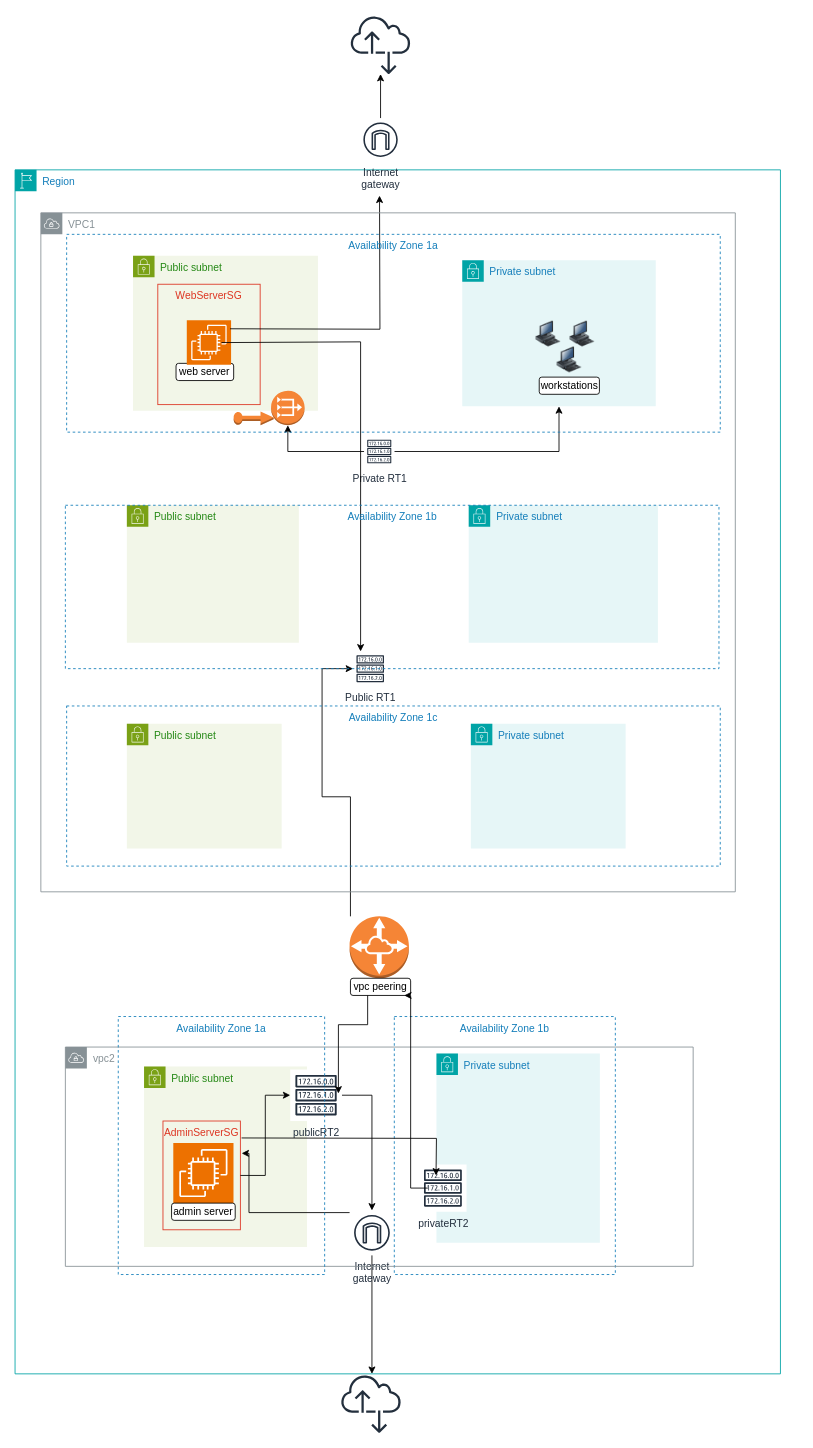
This is 10_Final_Project/diagram_v1.0/FinalProject-v1.0.drawio from techgrounds/techgrounds-FvL69-1, a draw.io file, before an edit. Source tidied: cells renumbered, new cells numbered last; positions are measured from the earlier drawing's top-left corner, leaving out a move shared by most shapes. Both pictures are drawn from the tidied source at 86%, with x=0, y=0 at pixel (15, 15).
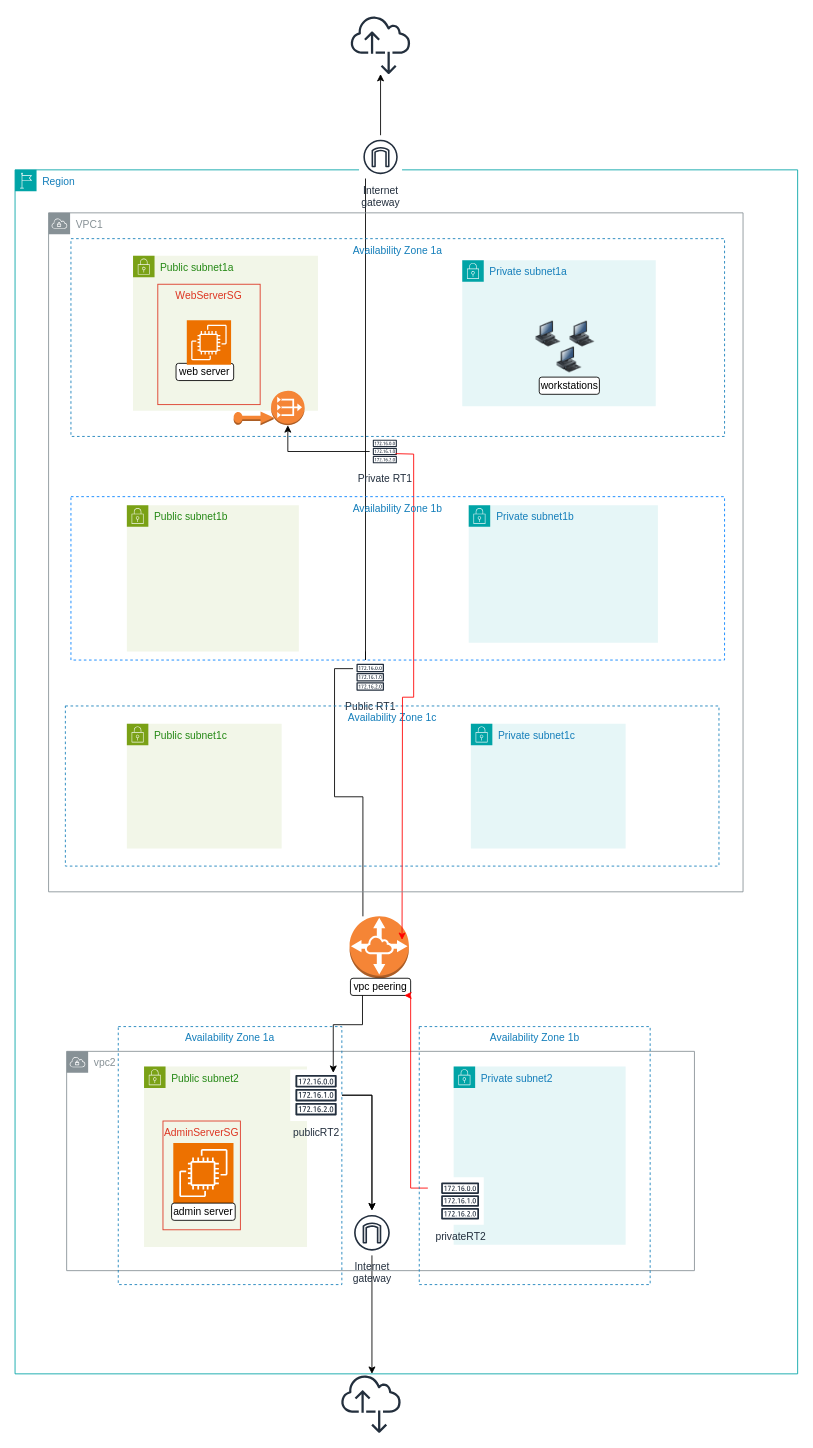
The same page after the edit.

Unchanged cells that the change refers to:
```xml
<mxCell id="6" value="vpc peering" style="rounded=1;whiteSpace=wrap;html=1;" parent="3" vertex="1">
  <mxGeometry x="390" y="940" width="70" height="20" as="geometry" />
</mxCell>
<mxCell id="24" value="AdminServerSG" style="fillColor=none;strokeColor=#DD3522;verticalAlign=top;fontStyle=0;fontColor=#DD3522;whiteSpace=wrap;html=1;" parent="23" vertex="1">
  <mxGeometry x="22" y="63.5" width="90" height="126.5" as="geometry" />
</mxCell>
<mxCell id="29" value="Internet&#10;gateway" style="sketch=0;outlineConnect=0;fontColor=#232F3E;gradientColor=none;strokeColor=#232F3E;fillColor=#ffffff;dashed=0;verticalLabelPosition=bottom;verticalAlign=top;align=center;html=1;fontSize=12;fontStyle=0;shape=mxgraph.aws4.resourceIcon;resIcon=mxgraph.aws4.internet_gateway;" parent="3" vertex="1">
  <mxGeometry x="389" y="1210" width="52" height="52" as="geometry" />
</mxCell>
<mxCell id="34" value="publicRT2" style="sketch=0;outlineConnect=0;fontColor=#232F3E;gradientColor=none;strokeColor=#232F3E;fillColor=#ffffff;dashed=0;verticalLabelPosition=bottom;verticalAlign=top;align=center;html=1;fontSize=12;fontStyle=0;shape=mxgraph.aws4.resourceIcon;resIcon=mxgraph.aws4.route_table;" parent="3" vertex="1">
  <mxGeometry x="320" y="1046" width="60" height="60" as="geometry" />
</mxCell>
```

Diff of the diagram source:
```diff
@@
     <mxCell id="3" value="Region" style="points=[[0,0],[0.25,0],[0.5,0],[0.75,0],[1,0],[1,0.25],[1,0.5],[1,0.75],[1,1],[0.75,1],[0.5,1],[0.25,1],[0,1],[0,0.75],[0,0.5],[0,0.25]];outlineConnect=0;gradientColor=none;html=1;whiteSpace=wrap;fontSize=12;fontStyle=0;shape=mxgraph.aws4.group;grIcon=mxgraph.aws4.group_region;strokeColor=#00A4A6;fillColor=none;verticalAlign=top;align=left;spacingLeft=30;fontColor=#147EBA;" parent="1" vertex="1">
-      <mxGeometry y="180" width="890" height="1400" as="geometry" />
+      <mxGeometry y="180" width="910" height="1400" as="geometry" />
     </mxCell>
-    <mxCell id="4" style="edgeStyle=orthogonalEdgeStyle;rounded=0;jettySize=auto;html=1;" parent="3" edge="1" target="7">
+    <mxCell id="4" style="edgeStyle=orthogonalEdgeStyle;rounded=0;orthogonalLoop=1;jettySize=auto;html=1;" parent="3" edge="1">
       <mxGeometry relative="1" as="geometry">
-        <mxPoint x="390" y="868" as="sourcePoint" />
+        <mxPoint x="404.5" y="868" as="sourcePoint" />
+        <mxPoint x="407.5" y="580" as="targetPoint" />
         <Array as="points">
-          <mxPoint x="390" y="729" />
-          <mxPoint x="357" y="729" />
-          <mxPoint x="357" y="580" />
+          <mxPoint x="404.5" y="729" />
+          <mxPoint x="371.5" y="729" />
+          <mxPoint x="371.5" y="580" />
         </Array>
       </mxGeometry>
     </mxCell>
@@
+    <mxCell id="54" style="edgeStyle=orthogonalEdgeStyle;rounded=0;orthogonalLoop=1;jettySize=auto;html=1;" parent="3" edge="1">
+      <mxGeometry relative="1" as="geometry">
+        <mxPoint x="407.5" y="560" as="sourcePoint" />
+        <mxPoint x="407.5" as="targetPoint" />
+        <Array as="points">
+          <mxPoint x="424.5" y="580" />
+          <mxPoint x="424.5" y="580" />
+        </Array>
+      </mxGeometry>
+    </mxCell>
     <mxCell id="7" value="Public RT1" style="sketch=0;outlineConnect=0;fontColor=#232F3E;gradientColor=none;strokeColor=#232F3E;fillColor=#ffffff;dashed=0;verticalLabelPosition=bottom;verticalAlign=top;align=center;html=1;fontSize=12;fontStyle=0;shape=mxgraph.aws4.resourceIcon;resIcon=mxgraph.aws4.route_table;" parent="3" vertex="1">
-      <mxGeometry x="393" y="560" width="40" height="40" as="geometry" />
+      <mxGeometry x="393" y="570" width="40" height="40" as="geometry" />
     </mxCell>
-    <mxCell id="8" value="Public subnet" style="gradientColor=none;html=1;whiteSpace=wrap;fontSize=12;fontStyle=0;shape=mxgraph.aws4.group;grIcon=mxgraph.aws4.group_security_group;grStroke=0;strokeColor=#7AA116;fillColor=#F2F6E8;verticalAlign=top;align=left;spacingLeft=30;fontColor=#248814;dashed=0;" parent="3" vertex="1">
+    <mxCell id="8" value="Public subnet1a" style="gradientColor=none;html=1;whiteSpace=wrap;fontSize=12;fontStyle=0;shape=mxgraph.aws4.group;grIcon=mxgraph.aws4.group_security_group;grStroke=0;strokeColor=#7AA116;fillColor=#F2F6E8;verticalAlign=top;align=left;spacingLeft=30;fontColor=#248814;dashed=0;" parent="3" vertex="1">
       <mxGeometry x="137.2" y="100" width="215" height="180" as="geometry" />
     </mxCell>
@@
-    <mxCell id="14" value="Private subnet" style="points=[[0,0],[0.25,0],[0.5,0],[0.75,0],[1,0],[1,0.25],[1,0.5],[1,0.75],[1,1],[0.75,1],[0.5,1],[0.25,1],[0,1],[0,0.75],[0,0.5],[0,0.25]];outlineConnect=0;gradientColor=none;html=1;whiteSpace=wrap;fontSize=12;fontStyle=0;shape=mxgraph.aws4.group;grIcon=mxgraph.aws4.group_security_group;grStroke=0;strokeColor=#00A4A6;fillColor=#E6F6F7;verticalAlign=top;align=left;spacingLeft=30;fontColor=#147EBA;dashed=0;" parent="3" vertex="1">
+    <mxCell id="14" value="Private subnet1a" style="points=[[0,0],[0.25,0],[0.5,0],[0.75,0],[1,0],[1,0.25],[1,0.5],[1,0.75],[1,1],[0.75,1],[0.5,1],[0.25,1],[0,1],[0,0.75],[0,0.5],[0,0.25]];outlineConnect=0;gradientColor=none;html=1;whiteSpace=wrap;fontSize=12;fontStyle=0;shape=mxgraph.aws4.group;grIcon=mxgraph.aws4.group_security_group;grStroke=0;strokeColor=#00A4A6;fillColor=#E6F6F7;verticalAlign=top;align=left;spacingLeft=30;fontColor=#147EBA;dashed=0;" parent="3" vertex="1">
       <mxGeometry x="520" y="105" width="225" height="170" as="geometry" />
     </mxCell>
@@
-    <mxCell id="20" style="edgeStyle=orthogonalEdgeStyle;rounded=0;jettySize=auto;html=1;" parent="3" edge="1" source="22" target="14">
-      <mxGeometry relative="1" as="geometry" />
-    </mxCell>
@@
     <mxCell id="22" value="Private RT1" style="sketch=0;outlineConnect=0;fontColor=#232F3E;gradientColor=none;strokeColor=#232F3E;fillColor=#ffffff;dashed=0;verticalLabelPosition=bottom;verticalAlign=top;align=center;html=1;fontSize=12;fontStyle=0;shape=mxgraph.aws4.resourceIcon;resIcon=mxgraph.aws4.route_table;" parent="3" vertex="1">
-      <mxGeometry x="406" y="310" width="35" height="35" as="geometry" />
+      <mxGeometry x="412.5" y="310" width="35" height="35" as="geometry" />
     </mxCell>
-    <mxCell id="23" value="Public subnet" style="gradientColor=none;html=1;whiteSpace=wrap;fontSize=12;fontStyle=0;shape=mxgraph.aws4.group;grIcon=mxgraph.aws4.group_security_group;grStroke=0;strokeColor=#7AA116;fillColor=#F2F6E8;verticalAlign=top;align=left;spacingLeft=30;fontColor=#248814;dashed=0;" parent="3" vertex="1">
+    <mxCell id="23" value="Public subnet2" style="gradientColor=none;html=1;whiteSpace=wrap;fontSize=12;fontStyle=0;shape=mxgraph.aws4.group;grIcon=mxgraph.aws4.group_security_group;grStroke=0;strokeColor=#7AA116;fillColor=#F2F6E8;verticalAlign=top;align=left;spacingLeft=30;fontColor=#248814;dashed=0;" parent="3" vertex="1">
       <mxGeometry x="150" y="1042.5" width="189.5" height="210" as="geometry" />
     </mxCell>
@@
-    <mxCell id="27" style="edgeStyle=orthogonalEdgeStyle;rounded=0;orthogonalLoop=1;jettySize=auto;html=1;entryX=1.017;entryY=0.119;entryDx=0;entryDy=0;entryPerimeter=0;" parent="23" edge="1">
-      <mxGeometry relative="1" as="geometry">
-        <mxPoint x="241" y="190" as="sourcePoint" />
-        <mxPoint x="113.5" y="101.1" as="targetPoint" />
-        <Array as="points">
-          <mxPoint x="241" y="170" />
-          <mxPoint x="122" y="170" />
-          <mxPoint x="122" y="101" />
-        </Array>
-      </mxGeometry>
-    </mxCell>
@@
-    <mxCell id="30" value="Private subnet" style="gradientColor=none;html=1;whiteSpace=wrap;fontSize=12;fontStyle=0;shape=mxgraph.aws4.group;grIcon=mxgraph.aws4.group_security_group;grStroke=0;strokeColor=#00A4A6;fillColor=#E6F6F7;verticalAlign=top;align=left;spacingLeft=30;fontColor=#147EBA;dashed=0;" parent="3" vertex="1">
-      <mxGeometry x="490" y="1027.5" width="190" height="220" as="geometry" />
+    <mxCell id="30" value="Private subnet2" style="gradientColor=none;html=1;whiteSpace=wrap;fontSize=12;fontStyle=0;shape=mxgraph.aws4.group;grIcon=mxgraph.aws4.group_security_group;grStroke=0;strokeColor=#00A4A6;fillColor=#E6F6F7;verticalAlign=top;align=left;spacingLeft=30;fontColor=#147EBA;dashed=0;" parent="3" vertex="1">
+      <mxGeometry x="510" y="1042.5" width="200" height="207.5" as="geometry" />
     </mxCell>
@@
-    <mxCell id="32" value="Availability Zone 1b" style="fillColor=none;strokeColor=#147EBA;dashed=1;verticalAlign=top;fontStyle=0;fontColor=#147EBA;whiteSpace=wrap;html=1;" parent="3" vertex="1">
-      <mxGeometry x="441" y="984.5" width="257" height="300" as="geometry" />
-    </mxCell>
@@
+    <mxCell id="55" style="edgeStyle=orthogonalEdgeStyle;rounded=0;jettySize=auto;html=1;" parent="3" edge="1" source="34" target="29">
+      <mxGeometry relative="1" as="geometry" />
+    </mxCell>
@@
-    <mxCell id="35" style="edgeStyle=orthogonalEdgeStyle;rounded=0;jettySize=auto;html=1;" parent="3" edge="1" source="24" target="34">
-      <mxGeometry relative="1" as="geometry" />
-    </mxCell>
     <mxCell id="36" value="vpc2" style="sketch=0;gradientColor=none;html=1;whiteSpace=wrap;fontSize=12;fontStyle=0;shape=mxgraph.aws4.group;grIcon=mxgraph.aws4.group_vpc;strokeColor=#879196;fillColor=none;verticalAlign=top;align=left;spacingLeft=30;fontColor=#879196;dashed=0;" parent="3" vertex="1">
-      <mxGeometry x="58.5" y="1020" width="730" height="255" as="geometry" />
+      <mxGeometry x="60" y="1025" width="730" height="255" as="geometry" />
     </mxCell>
-    <mxCell id="37" value="Availability Zone 1a" style="fillColor=none;strokeColor=#147EBA;dashed=1;verticalAlign=top;fontStyle=0;fontColor=#147EBA;whiteSpace=wrap;html=1;" parent="3" vertex="1">
-      <mxGeometry x="120" y="984.5" width="240" height="300" as="geometry" />
-    </mxCell>
-    <mxCell id="38" style="edgeStyle=orthogonalEdgeStyle;rounded=0;jettySize=auto;html=1;entryX=0.933;entryY=0.467;entryDx=0;entryDy=0;entryPerimeter=0;" parent="3" edge="1" source="6" target="34">
+    <mxCell id="38" style="edgeStyle=orthogonalEdgeStyle;rounded=0;orthogonalLoop=1;jettySize=auto;html=1;" parent="3" edge="1">
       <mxGeometry relative="1" as="geometry">
+        <mxPoint x="404" y="960" as="sourcePoint" />
+        <mxPoint x="370" y="1050" as="targetPoint" />
         <Array as="points">
-          <mxPoint x="410" y="994" />
-          <mxPoint x="376" y="994" />
+          <mxPoint x="404" y="994" />
+          <mxPoint x="370" y="994" />
         </Array>
       </mxGeometry>
     </mxCell>
-    <mxCell id="39" value="Public subnet" style="gradientColor=none;html=1;whiteSpace=wrap;fontSize=12;fontStyle=0;shape=mxgraph.aws4.group;grIcon=mxgraph.aws4.group_security_group;grStroke=0;strokeColor=#7AA116;fillColor=#F2F6E8;verticalAlign=top;align=left;spacingLeft=30;fontColor=#248814;dashed=0;" parent="3" vertex="1">
+    <mxCell id="39" value="Public subnet1c" style="gradientColor=none;html=1;whiteSpace=wrap;fontSize=12;fontStyle=0;shape=mxgraph.aws4.group;grIcon=mxgraph.aws4.group_security_group;grStroke=0;strokeColor=#7AA116;fillColor=#F2F6E8;verticalAlign=top;align=left;spacingLeft=30;fontColor=#248814;dashed=0;" parent="3" vertex="1">
       <mxGeometry x="130" y="644" width="180" height="145" as="geometry" />
     </mxCell>
-    <mxCell id="40" value="Private subnet" style="gradientColor=none;html=1;whiteSpace=wrap;fontSize=12;fontStyle=0;shape=mxgraph.aws4.group;grIcon=mxgraph.aws4.group_security_group;grStroke=0;strokeColor=#00A4A6;fillColor=#E6F6F7;verticalAlign=top;align=left;spacingLeft=30;fontColor=#147EBA;dashed=0;" parent="3" vertex="1">
+    <mxCell id="40" value="Private subnet1c" style="gradientColor=none;html=1;whiteSpace=wrap;fontSize=12;fontStyle=0;shape=mxgraph.aws4.group;grIcon=mxgraph.aws4.group_security_group;grStroke=0;strokeColor=#00A4A6;fillColor=#E6F6F7;verticalAlign=top;align=left;spacingLeft=30;fontColor=#147EBA;dashed=0;" parent="3" vertex="1">
       <mxGeometry x="530" y="644" width="180" height="145" as="geometry" />
     </mxCell>
-    <mxCell id="41" value="Public subnet" style="gradientColor=none;html=1;whiteSpace=wrap;fontSize=12;fontStyle=0;shape=mxgraph.aws4.group;grIcon=mxgraph.aws4.group_security_group;grStroke=0;strokeColor=#7AA116;fillColor=#F2F6E8;verticalAlign=top;align=left;spacingLeft=30;fontColor=#248814;dashed=0;" parent="3" vertex="1">
-      <mxGeometry x="130" y="390" width="200" height="160" as="geometry" />
+    <mxCell id="41" value="Public subnet1b" style="gradientColor=none;html=1;whiteSpace=wrap;fontSize=12;fontStyle=0;shape=mxgraph.aws4.group;grIcon=mxgraph.aws4.group_security_group;grStroke=0;strokeColor=#7AA116;fillColor=#F2F6E8;verticalAlign=top;align=left;spacingLeft=30;fontColor=#248814;dashed=0;" parent="3" vertex="1">
+      <mxGeometry x="130" y="390" width="200" height="170" as="geometry" />
     </mxCell>
-    <mxCell id="42" value="Private subnet" style="gradientColor=none;html=1;whiteSpace=wrap;fontSize=12;fontStyle=0;shape=mxgraph.aws4.group;grIcon=mxgraph.aws4.group_security_group;grStroke=0;strokeColor=#00A4A6;fillColor=#E6F6F7;verticalAlign=top;align=left;spacingLeft=30;fontColor=#147EBA;dashed=0;" parent="3" vertex="1">
+    <mxCell id="42" value="Private subnet1b" style="gradientColor=none;html=1;whiteSpace=wrap;fontSize=12;fontStyle=0;shape=mxgraph.aws4.group;grIcon=mxgraph.aws4.group_security_group;grStroke=0;strokeColor=#00A4A6;fillColor=#E6F6F7;verticalAlign=top;align=left;spacingLeft=30;fontColor=#147EBA;dashed=0;" parent="3" vertex="1">
       <mxGeometry x="527.5" y="390" width="220" height="160" as="geometry" />
     </mxCell>
+    <mxCell id="48" style="edgeStyle=orthogonalEdgeStyle;rounded=0;orthogonalLoop=1;jettySize=auto;html=1;entryX=0.75;entryY=1;entryDx=0;entryDy=0;strokeColor=#ff0000;" parent="3" edge="1">
+      <mxGeometry relative="1" as="geometry">
+        <mxPoint x="480" y="1184" as="sourcePoint" />
+        <mxPoint x="452.5" y="960" as="targetPoint" />
+        <Array as="points">
+          <mxPoint x="460" y="1184" />
+          <mxPoint x="460" y="960" />
+        </Array>
+      </mxGeometry>
+    </mxCell>
     <mxCell id="43" value="Availability Zone 1c" style="fillColor=none;strokeColor=#147EBA;dashed=1;verticalAlign=top;fontStyle=0;fontColor=#147EBA;whiteSpace=wrap;html=1;" parent="3" vertex="1">
-      <mxGeometry x="60" y="623.4" width="760" height="186.2" as="geometry" />
+      <mxGeometry x="58.5" y="623.4" width="760" height="186.2" as="geometry" />
     </mxCell>
-    <mxCell id="44" style="edgeStyle=orthogonalEdgeStyle;rounded=0;orthogonalLoop=1;jettySize=auto;html=1;" parent="3" edge="1">
-      <mxGeometry relative="1" as="geometry">
-        <mxPoint x="240" y="200.8" as="sourcePoint" />
-        <mxPoint x="401.8" y="560" as="targetPoint" />
-        <Array as="points">
-          <mxPoint x="248.8" y="201" />
-          <mxPoint x="388.8" y="200" />
-        </Array>
-      </mxGeometry>
-    </mxCell>
-    <mxCell id="45" style="edgeStyle=orthogonalEdgeStyle;rounded=0;orthogonalLoop=1;jettySize=auto;html=1;" parent="3" edge="1">
-      <mxGeometry relative="1" as="geometry">
-        <mxPoint x="250" y="184.8" as="sourcePoint" />
-        <mxPoint x="423.8" y="30" as="targetPoint" />
-      </mxGeometry>
-    </mxCell>
+    <mxCell id="47" value="Availability Zone 1a" style="fillColor=none;strokeColor=#147EBA;verticalAlign=top;fontStyle=0;fontColor=#147EBA;whiteSpace=wrap;html=1;dashed=1;" parent="3" vertex="1">
+      <mxGeometry x="65" y="80" width="760" height="230" as="geometry" />
+    </mxCell>
+    <mxCell id="56" style="edgeStyle=orthogonalEdgeStyle;rounded=0;orthogonalLoop=1;jettySize=auto;html=1;strokeColor=#ff0000;shadow=0;" parent="3" edge="1">
+      <mxGeometry relative="1" as="geometry">
+        <mxPoint x="442.5" y="330" as="sourcePoint" />
+        <mxPoint x="450" y="895.4" as="targetPoint" />
+      </mxGeometry>
+    </mxCell>
-    <mxCell id="46" value="Availability Zone 1b" style="fillColor=none;strokeColor=#147EBA;verticalAlign=top;fontStyle=0;fontColor=#147EBA;whiteSpace=wrap;html=1;dashed=1;" parent="3" vertex="1">
-      <mxGeometry x="58.5" y="390" width="760" height="190" as="geometry" />
+    <mxCell id="46" value="Availability Zone 1b" style="fillColor=none;strokeColor=#0080ff;verticalAlign=top;fontStyle=0;fontColor=#147EBA;whiteSpace=wrap;html=1;dashed=1;" parent="3" vertex="1">
+      <mxGeometry x="65" y="380" width="760" height="190" as="geometry" />
     </mxCell>
-    <mxCell id="47" value="Availability Zone 1a" style="fillColor=none;strokeColor=#147EBA;verticalAlign=top;fontStyle=0;fontColor=#147EBA;whiteSpace=wrap;html=1;dashed=1;" parent="3" vertex="1">
-      <mxGeometry x="60" y="75" width="760" height="230" as="geometry" />
-    </mxCell>
-    <mxCell id="48" style="edgeStyle=orthogonalEdgeStyle;rounded=0;orthogonalLoop=1;jettySize=auto;html=1;entryX=0.75;entryY=1;entryDx=0;entryDy=0;" parent="3" edge="1">
-      <mxGeometry relative="1" as="geometry">
-        <mxPoint x="480" y="1184" as="sourcePoint" />
-        <mxPoint x="452.5" y="960" as="targetPoint" />
-        <Array as="points">
-          <mxPoint x="460" y="1184" />
-          <mxPoint x="460" y="960" />
-        </Array>
-      </mxGeometry>
-    </mxCell>
-    <mxCell id="49" style="edgeStyle=orthogonalEdgeStyle;rounded=0;orthogonalLoop=1;jettySize=auto;html=1;entryX=0.152;entryY=0.752;entryDx=0;entryDy=0;entryPerimeter=0;" parent="3" edge="1">
-      <mxGeometry relative="1" as="geometry">
-        <mxPoint x="263.4" y="1125.7" as="sourcePoint" />
-        <mxPoint x="489.5" y="1169.3" as="targetPoint" />
-      </mxGeometry>
-    </mxCell>
+    <mxCell id="37" value="Availability Zone 1a" style="fillColor=none;strokeColor=#147EBA;dashed=1;verticalAlign=top;fontStyle=0;fontColor=#147EBA;whiteSpace=wrap;html=1;" parent="3" vertex="1">
+      <mxGeometry x="120" y="996.2" width="260" height="300" as="geometry" />
+    </mxCell>
+    <mxCell id="32" value="Availability Zone 1b" style="fillColor=none;strokeColor=#147EBA;dashed=1;verticalAlign=top;fontStyle=0;fontColor=#147EBA;whiteSpace=wrap;html=1;" parent="3" vertex="1">
+      <mxGeometry x="470" y="996.2" width="268.5" height="300" as="geometry" />
+    </mxCell>
     <mxCell id="50" value="VPC1" style="sketch=0;gradientColor=none;html=1;whiteSpace=wrap;fontSize=12;fontStyle=0;shape=mxgraph.aws4.group;grIcon=mxgraph.aws4.group_vpc;strokeColor=#879196;fillColor=none;verticalAlign=top;align=left;spacingLeft=30;fontColor=#879196;dashed=0;" parent="3" vertex="1">
-      <mxGeometry x="30" y="50" width="807.5" height="789.5" as="geometry" />
+      <mxGeometry x="39" y="50" width="807.5" height="789.5" as="geometry" />
     </mxCell>
@@
     <mxCell id="53" value="Internet&#10;gateway" style="sketch=0;outlineConnect=0;fontColor=#232F3E;gradientColor=none;strokeColor=#232F3E;fillColor=#ffffff;dashed=0;verticalLabelPosition=bottom;verticalAlign=top;align=center;html=1;fontSize=12;fontStyle=0;shape=mxgraph.aws4.resourceIcon;resIcon=mxgraph.aws4.internet_gateway;" parent="1" vertex="1">
-      <mxGeometry x="400" y="120" width="50" height="50" as="geometry" />
+      <mxGeometry x="400" y="140" width="50" height="50" as="geometry" />
     </mxCell>
```
